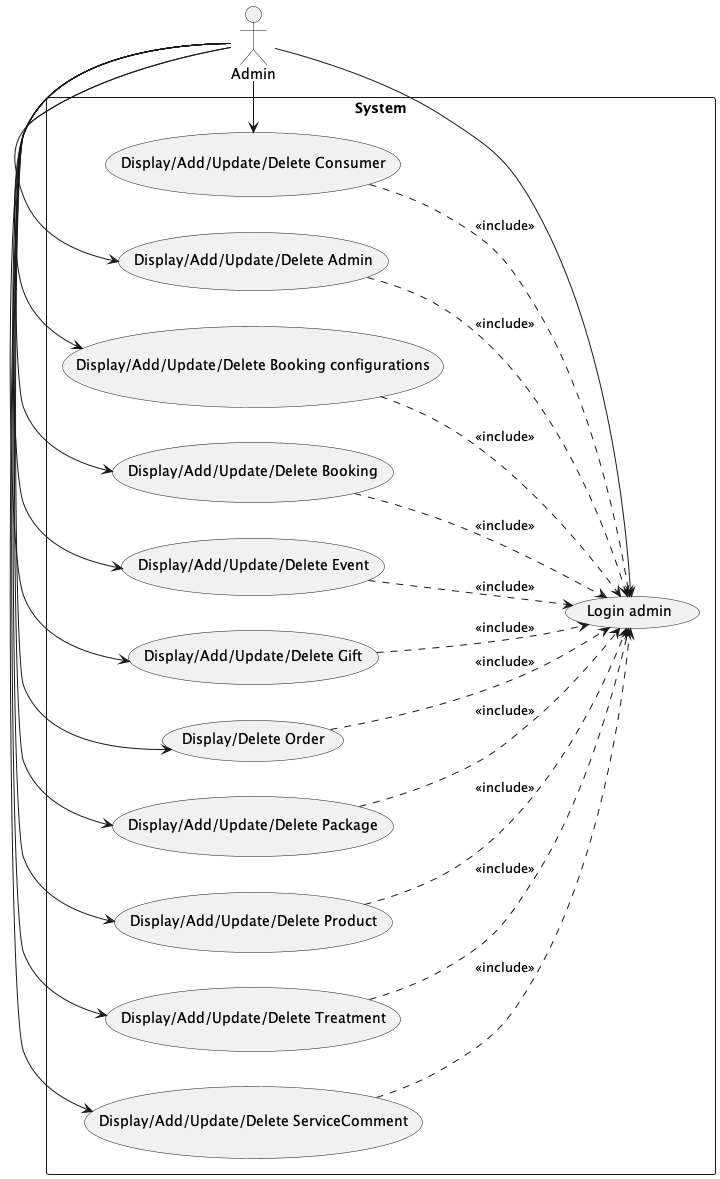
Above: Diagrams/UseCase/BeautyLineUseCaseAdmin.png in AlfonsoCiampa/beautyline (PlantUML), before the change.
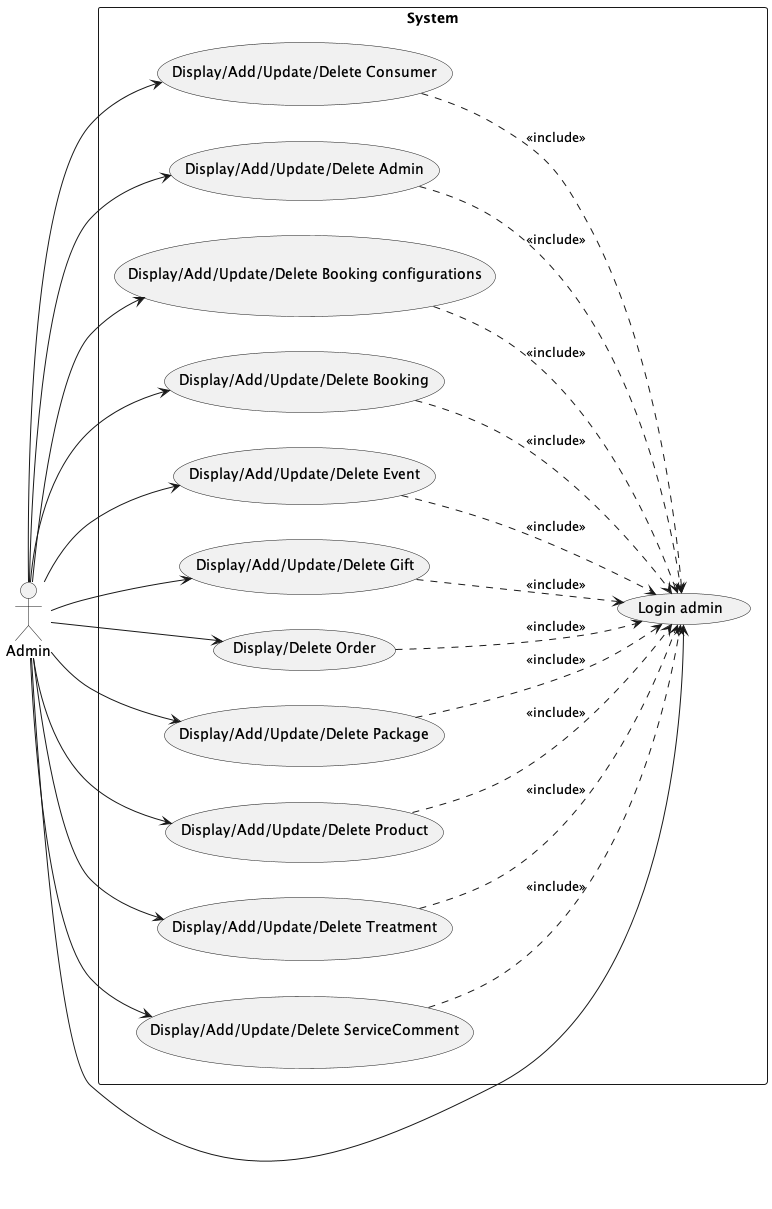
After the change.

Change to the diagram source:
```diff
@@ -4,28 +4,28 @@
 
 
 rectangle System{
-	Admin ->  (Login admin)
-	Admin -> (Display/Add/Update/Delete Consumer)
+	Admin -down->  (Login admin)
+	Admin -down-> (Display/Add/Update/Delete Consumer)
 	(Display/Add/Update/Delete Consumer) ..>  (Login admin): <<include>>
-	Admin -> (Display/Add/Update/Delete Admin)
+	Admin -down-> (Display/Add/Update/Delete Admin)
 	(Display/Add/Update/Delete Admin) ..>  (Login admin): <<include>>
-	Admin -> (Display/Add/Update/Delete Booking configurations)
+	Admin -down-> (Display/Add/Update/Delete Booking configurations)
 	(Display/Add/Update/Delete Booking configurations) ..>  (Login admin): <<include>>
-	Admin -> (Display/Add/Update/Delete Booking)
+	Admin -down-> (Display/Add/Update/Delete Booking)
 	(Display/Add/Update/Delete Booking) ..>  (Login admin): <<include>>
-	Admin -> (Display/Add/Update/Delete Event)
+	Admin -down-> (Display/Add/Update/Delete Event)
 	(Display/Add/Update/Delete Event) ..>  (Login admin): <<include>>
-	Admin -> (Display/Add/Update/Delete Gift)
+	Admin -down-> (Display/Add/Update/Delete Gift)
 	(Display/Add/Update/Delete Gift) ..>  (Login admin): <<include>>
-	Admin -> (Display/Delete Order)
+	Admin -down-> (Display/Delete Order)
 	(Display/Delete Order) ..>  (Login admin): <<include>>
-	Admin -> (Display/Add/Update/Delete Package)
+	Admin -down-> (Display/Add/Update/Delete Package)
 	(Display/Add/Update/Delete Package) ..>  (Login admin): <<include>>
-	Admin -> (Display/Add/Update/Delete Product)
+	Admin -down-> (Display/Add/Update/Delete Product)
 	(Display/Add/Update/Delete Product) ..>  (Login admin): <<include>>
-	Admin -> (Display/Add/Update/Delete Treatment)
+	Admin -down-> (Display/Add/Update/Delete Treatment)
 	(Display/Add/Update/Delete Treatment) ..>  (Login admin): <<include>>
-	Admin -> (Display/Add/Update/Delete ServiceComment)
+	Admin -down-> (Display/Add/Update/Delete ServiceComment)
 	(Display/Add/Update/Delete ServiceComment) ..>  (Login admin): <<include>>
 }
 @enduml
```
